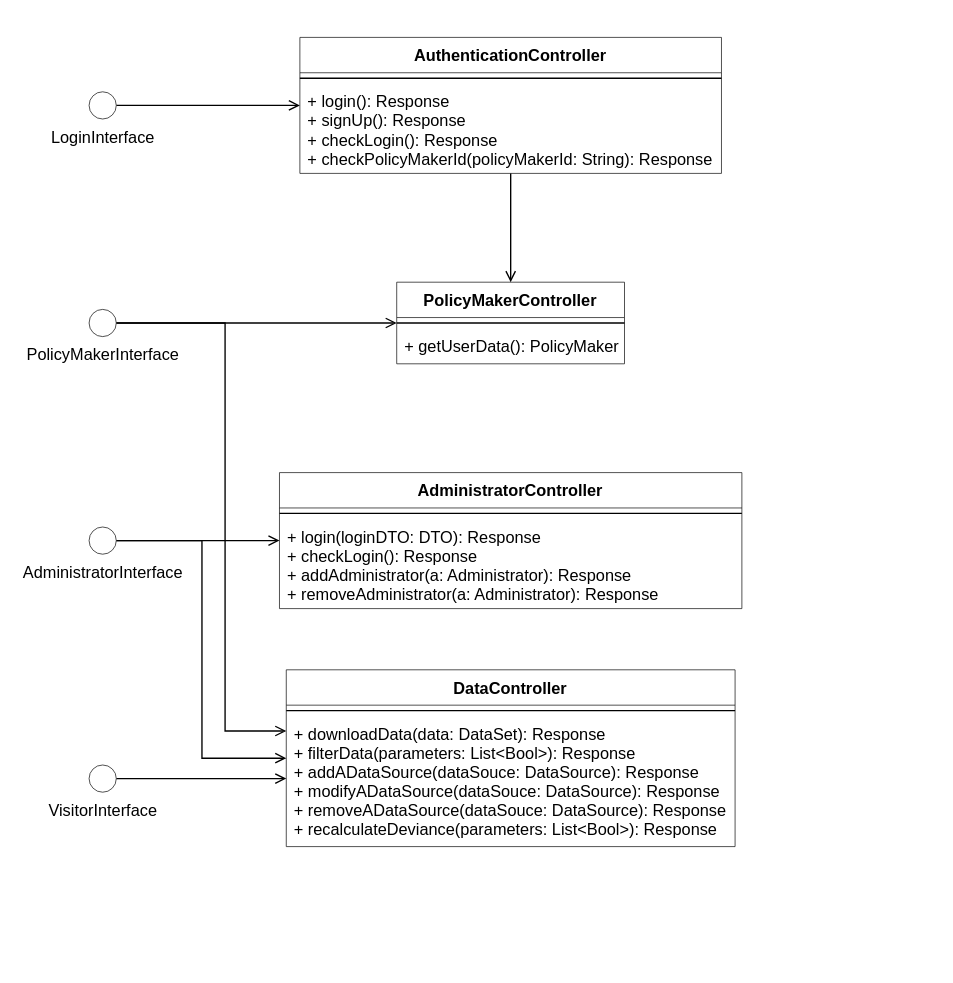
Above: page "ComponentInterfaceAdministrator" (2 of 2) of DD Diagrams/ComponentInterfaces.drawio in matteovisotto/SE2-CecchettoSirianiVisotto (draw.io), before the change. Source tidied: cells renumbered, new cells numbered last; positions are measured from the earlier drawing's top-left corner, leaving out a move shared by most shapes. Both pictures are drawn from the tidied source at 136%, with x=0, y=0 at pixel (88, 37).
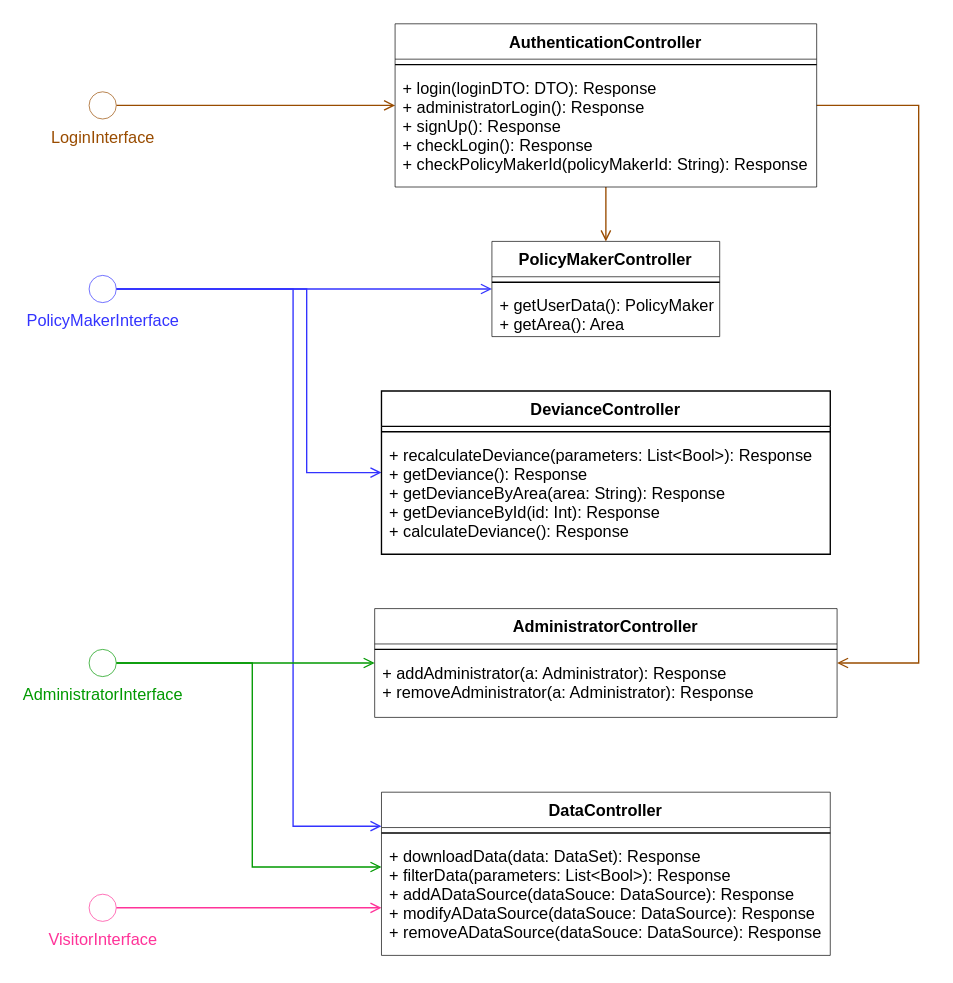
The same diagram, later.

The edit, as a diff of the source:
```diff
@@
-    <mxCell id="2" style="edgeStyle=orthogonalEdgeStyle;rounded=0;jettySize=auto;html=1;endArrow=open;endFill=0;" parent="1" edge="1" source="4" target="15">
+    <mxCell id="2" style="edgeStyle=orthogonalEdgeStyle;rounded=0;jettySize=auto;html=1;endArrow=open;endFill=0;strokeColor=#3333FF;" parent="1" edge="1" source="4" target="15">
       <mxGeometry relative="1" as="geometry" />
     </mxCell>
-    <mxCell id="3" style="edgeStyle=orthogonalEdgeStyle;rounded=0;jettySize=auto;html=1;exitX=1;exitY=0.5;exitDx=0;exitDy=0;exitPerimeter=0;endArrow=open;endFill=0;" parent="1" edge="1" source="4" target="18">
+    <mxCell id="3" style="edgeStyle=orthogonalEdgeStyle;rounded=0;jettySize=auto;html=1;exitX=1;exitY=0.5;exitDx=0;exitDy=0;exitPerimeter=0;endArrow=open;endFill=0;strokeColor=#3333FF;" parent="1" edge="1" source="4" target="18">
       <mxGeometry relative="1" as="geometry">
         <Array as="points">
-          <mxPoint x="100" y="210" />
-          <mxPoint x="100" y="510" />
+          <mxPoint x="150" y="185" />
+          <mxPoint x="150" y="580" />
         </Array>
       </mxGeometry>
     </mxCell>
+    <mxCell id="25" style="edgeStyle=orthogonalEdgeStyle;rounded=0;jettySize=auto;html=1;exitX=1;exitY=0.5;exitDx=0;exitDy=0;exitPerimeter=0;fontColor=#000000;endArrow=open;endFill=0;strokeColor=#3333FF;" parent="1" edge="1" source="4" target="27">
+      <mxGeometry relative="1" as="geometry">
+        <Array as="points">
+          <mxPoint x="160" y="185" />
+          <mxPoint x="160" y="320" />
+        </Array>
+      </mxGeometry>
+    </mxCell>
-    <mxCell id="4" value="PolicyMakerInterface" style="verticalLabelPosition=bottom;verticalAlign=top;html=1;shape=mxgraph.flowchart.on-page_reference;strokeWidth=0.5;" parent="1" vertex="1">
-      <mxGeometry y="200" width="20" height="20" as="geometry" />
+    <mxCell id="4" value="&lt;font color=&quot;#3333ff&quot;&gt;PolicyMakerInterface&lt;/font&gt;" style="verticalLabelPosition=bottom;verticalAlign=top;html=1;shape=mxgraph.flowchart.on-page_reference;strokeWidth=0.5;strokeColor=#3333FF;" parent="1" vertex="1">
+      <mxGeometry y="175" width="20" height="20" as="geometry" />
     </mxCell>
-    <mxCell id="5" style="edgeStyle=orthogonalEdgeStyle;rounded=0;jettySize=auto;html=1;endArrow=open;endFill=0;" parent="1" edge="1" source="6" target="22">
+    <mxCell id="5" style="edgeStyle=orthogonalEdgeStyle;rounded=0;jettySize=auto;html=1;endArrow=open;endFill=0;strokeColor=#994C00;" parent="1" edge="1" source="6" target="22">
       <mxGeometry relative="1" as="geometry" />
     </mxCell>
-    <mxCell id="6" value="LoginInterface" style="verticalLabelPosition=bottom;verticalAlign=top;html=1;shape=mxgraph.flowchart.on-page_reference;strokeWidth=0.5;" parent="1" vertex="1">
+    <mxCell id="6" value="&lt;font color=&quot;#994c00&quot;&gt;LoginInterface&lt;/font&gt;" style="verticalLabelPosition=bottom;verticalAlign=top;html=1;shape=mxgraph.flowchart.on-page_reference;strokeWidth=0.5;strokeColor=#994C00;" parent="1" vertex="1">
       <mxGeometry y="40" width="20" height="20" as="geometry" />
     </mxCell>
-    <mxCell id="7" style="edgeStyle=orthogonalEdgeStyle;rounded=0;jettySize=auto;html=1;endArrow=open;endFill=0;" parent="1" edge="1" source="9" target="12">
-      <mxGeometry relative="1" as="geometry" />
+    <mxCell id="7" style="edgeStyle=orthogonalEdgeStyle;rounded=0;jettySize=auto;html=1;endArrow=open;endFill=0;exitX=1;exitY=0.5;exitDx=0;exitDy=0;exitPerimeter=0;strokeColor=#009900;" parent="1" edge="1" source="9" target="12">
+      <mxGeometry relative="1" as="geometry">
+        <Array as="points">
+          <mxPoint x="100" y="460" />
+          <mxPoint x="100" y="460" />
+        </Array>
+      </mxGeometry>
     </mxCell>
-    <mxCell id="8" style="edgeStyle=orthogonalEdgeStyle;rounded=0;jettySize=auto;html=1;exitX=1;exitY=0.5;exitDx=0;exitDy=0;exitPerimeter=0;endArrow=open;endFill=0;" parent="1" edge="1" source="9" target="20">
+    <mxCell id="8" style="edgeStyle=orthogonalEdgeStyle;rounded=0;jettySize=auto;html=1;exitX=1;exitY=0.5;exitDx=0;exitDy=0;exitPerimeter=0;endArrow=open;endFill=0;strokeColor=#009900;" parent="1" edge="1" source="9" target="18">
       <mxGeometry relative="1" as="geometry">
         <Array as="points">
-          <mxPoint x="83" y="370" />
-          <mxPoint x="83" y="530" />
+          <mxPoint x="120" y="460" />
+          <mxPoint x="120" y="610" />
         </Array>
       </mxGeometry>
     </mxCell>
-    <mxCell id="9" value="AdministratorInterface" style="verticalLabelPosition=bottom;verticalAlign=top;html=1;shape=mxgraph.flowchart.on-page_reference;strokeWidth=0.5;" parent="1" vertex="1">
-      <mxGeometry y="360" width="20" height="20" as="geometry" />
+    <mxCell id="9" value="&lt;font color=&quot;#009900&quot;&gt;AdministratorInterface&lt;/font&gt;" style="verticalLabelPosition=bottom;verticalAlign=top;html=1;shape=mxgraph.flowchart.on-page_reference;strokeWidth=0.5;strokeColor=#009900;" parent="1" vertex="1">
+      <mxGeometry y="450" width="20" height="20" as="geometry" />
     </mxCell>
-    <mxCell id="10" style="edgeStyle=orthogonalEdgeStyle;rounded=0;jettySize=auto;html=1;endArrow=open;endFill=0;" parent="1" edge="1" source="11" target="18">
+    <mxCell id="10" style="edgeStyle=orthogonalEdgeStyle;rounded=0;jettySize=auto;html=1;endArrow=open;endFill=0;exitX=1;exitY=0.5;exitDx=0;exitDy=0;exitPerimeter=0;strokeColor=#FF3399;" parent="1" edge="1" source="11" target="18">
       <mxGeometry relative="1" as="geometry">
         <Array as="points">
-          <mxPoint x="120" y="545" />
-          <mxPoint x="120" y="545" />
+          <mxPoint x="20" y="640" />
         </Array>
       </mxGeometry>
     </mxCell>
-    <mxCell id="11" value="VisitorInterface" style="verticalLabelPosition=bottom;verticalAlign=top;html=1;shape=mxgraph.flowchart.on-page_reference;strokeWidth=0.5;" parent="1" vertex="1">
-      <mxGeometry y="535" width="20" height="20" as="geometry" />
+    <mxCell id="11" value="&lt;font color=&quot;#ff3399&quot;&gt;VisitorInterface&lt;/font&gt;" style="verticalLabelPosition=bottom;verticalAlign=top;html=1;shape=mxgraph.flowchart.on-page_reference;strokeWidth=0.5;strokeColor=#FF3399;" parent="1" vertex="1">
+      <mxGeometry y="630" width="20" height="20" as="geometry" />
     </mxCell>
     <mxCell id="12" value="AdministratorController" style="swimlane;fontStyle=1;align=center;verticalAlign=top;horizontal=1;startSize=26;strokeWidth=0.5;" parent="1" vertex="1">
-      <mxGeometry x="140" y="320" width="340" height="100" as="geometry" />
+      <mxGeometry x="210" y="420" width="340" height="80" as="geometry" />
     </mxCell>
@@
-    <mxCell id="14" value="+ login(loginDTO: DTO): Response&#10;+ checkLogin(): Response&#10;+ addAdministrator(a: Administrator): Response&#10;+ removeAdministrator(a: Administrator): Response" style="text;strokeColor=none;fillColor=none;align=left;verticalAlign=top;spacingLeft=4;spacingRight=4;overflow=hidden;" parent="12" vertex="1">
-      <mxGeometry y="34" width="340" height="66" as="geometry" />
+    <mxCell id="14" value="+ addAdministrator(a: Administrator): Response&#10;+ removeAdministrator(a: Administrator): Response" style="text;strokeColor=none;fillColor=none;align=left;verticalAlign=top;spacingLeft=4;spacingRight=4;overflow=hidden;" parent="12" vertex="1">
+      <mxGeometry y="34" width="340" height="46" as="geometry" />
     </mxCell>
     <mxCell id="15" value="PolicyMakerController" style="swimlane;fontStyle=1;align=center;verticalAlign=top;horizontal=1;startSize=26;strokeWidth=0.5;" parent="1" vertex="1">
-      <mxGeometry x="226.2" y="180" width="167.5" height="60" as="geometry" />
+      <mxGeometry x="296.2" y="150" width="167.5" height="70" as="geometry" />
     </mxCell>
@@
-    <mxCell id="17" value="+ getUserData(): PolicyMaker" style="text;strokeColor=none;fillColor=none;align=left;verticalAlign=top;spacingLeft=4;spacingRight=4;overflow=hidden;" parent="15" vertex="1">
-      <mxGeometry y="34" width="167.5" height="26" as="geometry" />
+    <mxCell id="17" value="+ getUserData(): PolicyMaker&#10;+ getArea(): Area" style="text;strokeColor=none;fillColor=none;align=left;verticalAlign=top;spacingLeft=4;spacingRight=4;overflow=hidden;" parent="15" vertex="1">
+      <mxGeometry y="34" width="167.5" height="36" as="geometry" />
     </mxCell>
     <mxCell id="18" value="DataController" style="swimlane;fontStyle=1;align=center;verticalAlign=top;horizontal=1;startSize=26;strokeWidth=0.5;" parent="1" vertex="1">
-      <mxGeometry x="145" y="465" width="330" height="130" as="geometry" />
+      <mxGeometry x="215" y="555" width="330" height="120" as="geometry" />
     </mxCell>
@@
-    <mxCell id="20" value="+ downloadData(data: DataSet): Response&#10;+ filterData(parameters: List&lt;Bool&gt;): Response&#10;+ addADataSource(dataSouce: DataSource): Response&#10;+ modifyADataSource(dataSouce: DataSource): Response&#10;+ removeADataSource(dataSouce: DataSource): Response&#10;+ recalculateDeviance(parameters: List&lt;Bool&gt;): Response&#10;" style="text;strokeColor=none;fillColor=none;align=left;verticalAlign=top;spacingLeft=4;spacingRight=4;overflow=hidden;points=[[0,0.5],[1,0.5]];portConstraint=eastwest;" parent="18" vertex="1">
-      <mxGeometry y="34" width="330" height="96" as="geometry" />
+    <mxCell id="20" value="+ downloadData(data: DataSet): Response&#10;+ filterData(parameters: List&lt;Bool&gt;): Response&#10;+ addADataSource(dataSouce: DataSource): Response&#10;+ modifyADataSource(dataSouce: DataSource): Response&#10;+ removeADataSource(dataSouce: DataSource): Response" style="text;strokeColor=none;fillColor=none;align=left;verticalAlign=top;spacingLeft=4;spacingRight=4;overflow=hidden;points=[[0,0.5],[1,0.5]];portConstraint=eastwest;" parent="18" vertex="1">
+      <mxGeometry y="34" width="330" height="86" as="geometry" />
     </mxCell>
-    <mxCell id="21" style="edgeStyle=orthogonalEdgeStyle;rounded=0;jettySize=auto;html=1;endArrow=open;endFill=0;" parent="1" edge="1" source="22" target="15">
+    <mxCell id="21" style="edgeStyle=orthogonalEdgeStyle;rounded=0;jettySize=auto;html=1;endArrow=open;endFill=0;strokeColor=#994C00;" parent="1" edge="1" source="22" target="15">
       <mxGeometry relative="1" as="geometry" />
     </mxCell>
+    <mxCell id="26" style="edgeStyle=orthogonalEdgeStyle;rounded=0;jettySize=auto;html=1;fontColor=#009900;endArrow=open;endFill=0;strokeColor=#994C00;" parent="1" edge="1" source="22" target="12">
+      <mxGeometry relative="1" as="geometry">
+        <Array as="points">
+          <mxPoint x="610" y="50" />
+          <mxPoint x="610" y="460" />
+        </Array>
+      </mxGeometry>
+    </mxCell>
     <mxCell id="22" value="AuthenticationController" style="swimlane;fontStyle=1;align=center;verticalAlign=top;horizontal=1;startSize=26;strokeWidth=0.5;" parent="1" vertex="1">
-      <mxGeometry x="155" width="310" height="100" as="geometry" />
+      <mxGeometry x="225" y="-10" width="310" height="120" as="geometry" />
     </mxCell>
@@
-    <mxCell id="24" value="+ login(): Response&#10;+ signUp(): Response&#10;+ checkLogin(): Response&#10;+ checkPolicyMakerId(policyMakerId: String): Response" style="text;strokeColor=none;fillColor=none;align=left;verticalAlign=top;spacingLeft=4;spacingRight=4;overflow=hidden;" parent="22" vertex="1">
-      <mxGeometry y="34" width="310" height="66" as="geometry" />
+    <mxCell id="24" value="+ login(loginDTO: DTO): Response&#10;+ administratorLogin(): Response&#10;+ signUp(): Response&#10;+ checkLogin(): Response&#10;+ checkPolicyMakerId(policyMakerId: String): Response" style="text;strokeColor=none;fillColor=none;align=left;verticalAlign=top;spacingLeft=4;spacingRight=4;overflow=hidden;" parent="22" vertex="1">
+      <mxGeometry y="34" width="310" height="86" as="geometry" />
     </mxCell>
+    <mxCell id="27" value="DevianceController" style="swimlane;fontStyle=1;align=center;verticalAlign=top;horizontal=1;startSize=26;fontColor=#000000;strokeColor=#000000;" parent="1" vertex="1">
+      <mxGeometry x="215" y="260" width="330" height="120" as="geometry" />
+    </mxCell>
+    <mxCell id="28" style="line;strokeWidth=1;fillColor=none;align=left;verticalAlign=middle;spacingTop=-1;spacingLeft=3;spacingRight=3;labelPosition=right;fontColor=#000000;" parent="27" vertex="1">
+      <mxGeometry y="26" width="330" height="8" as="geometry" />
+    </mxCell>
+    <mxCell id="29" value="+ recalculateDeviance(parameters: List&lt;Bool&gt;): Response&#10;+ getDeviance(): Response&#10;+ getDevianceByArea(area: String): Response&#10;+ getDevianceById(id: Int): Response&#10;+ calculateDeviance(): Response" style="text;strokeColor=none;fillColor=none;align=left;verticalAlign=top;spacingLeft=4;spacingRight=4;overflow=hidden;fontColor=#000000;" parent="27" vertex="1">
+      <mxGeometry y="34" width="330" height="86" as="geometry" />
+    </mxCell>
```
